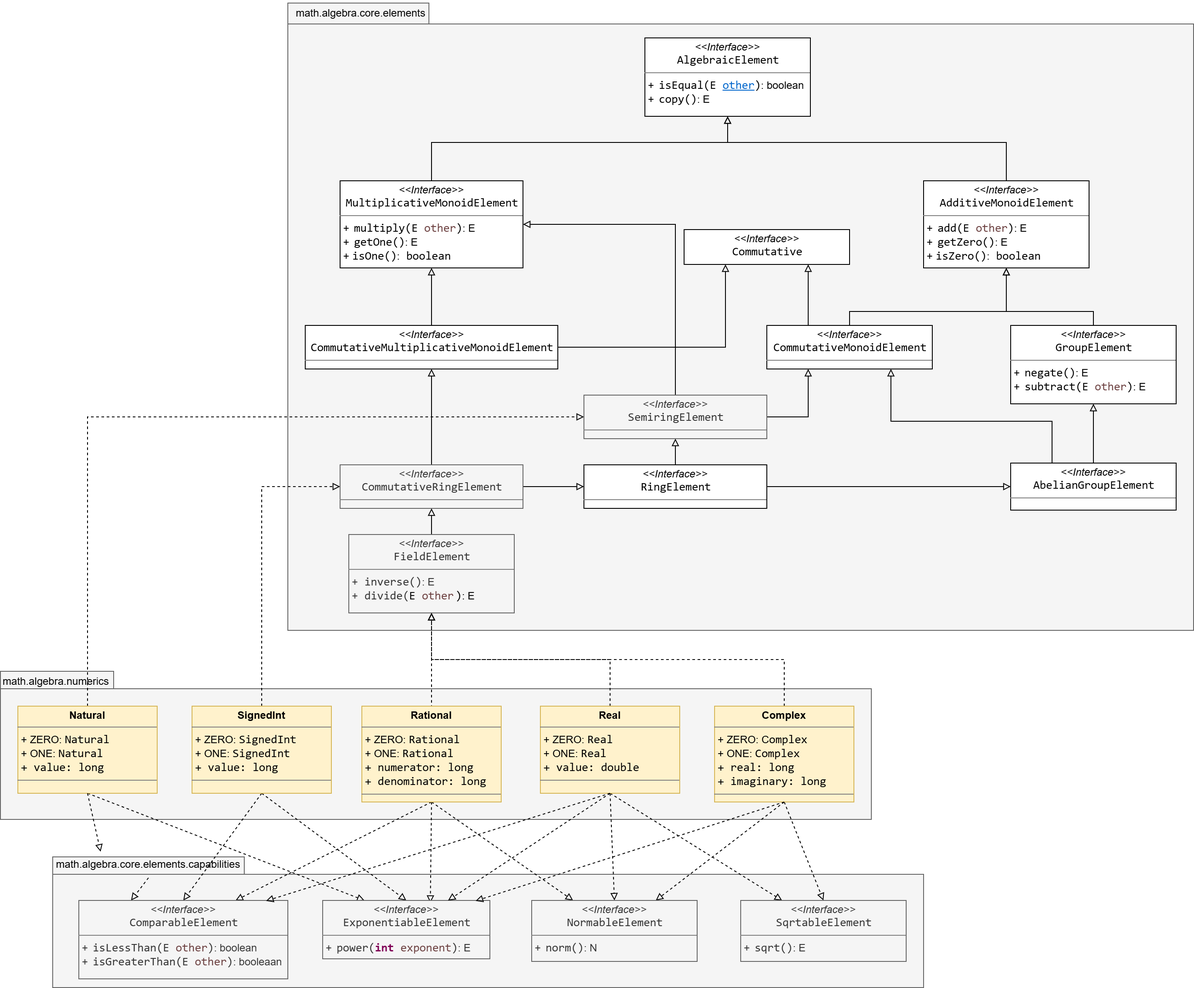
The draw.io diagram resources/SMFN-algebra-elements.drawio.png in gom9000/SMFN, before a commit. Source tidied: cells renumbered, new cells last; positions are measured from the earlier drawing's top-left corner, leaving out a move shared by most shapes.
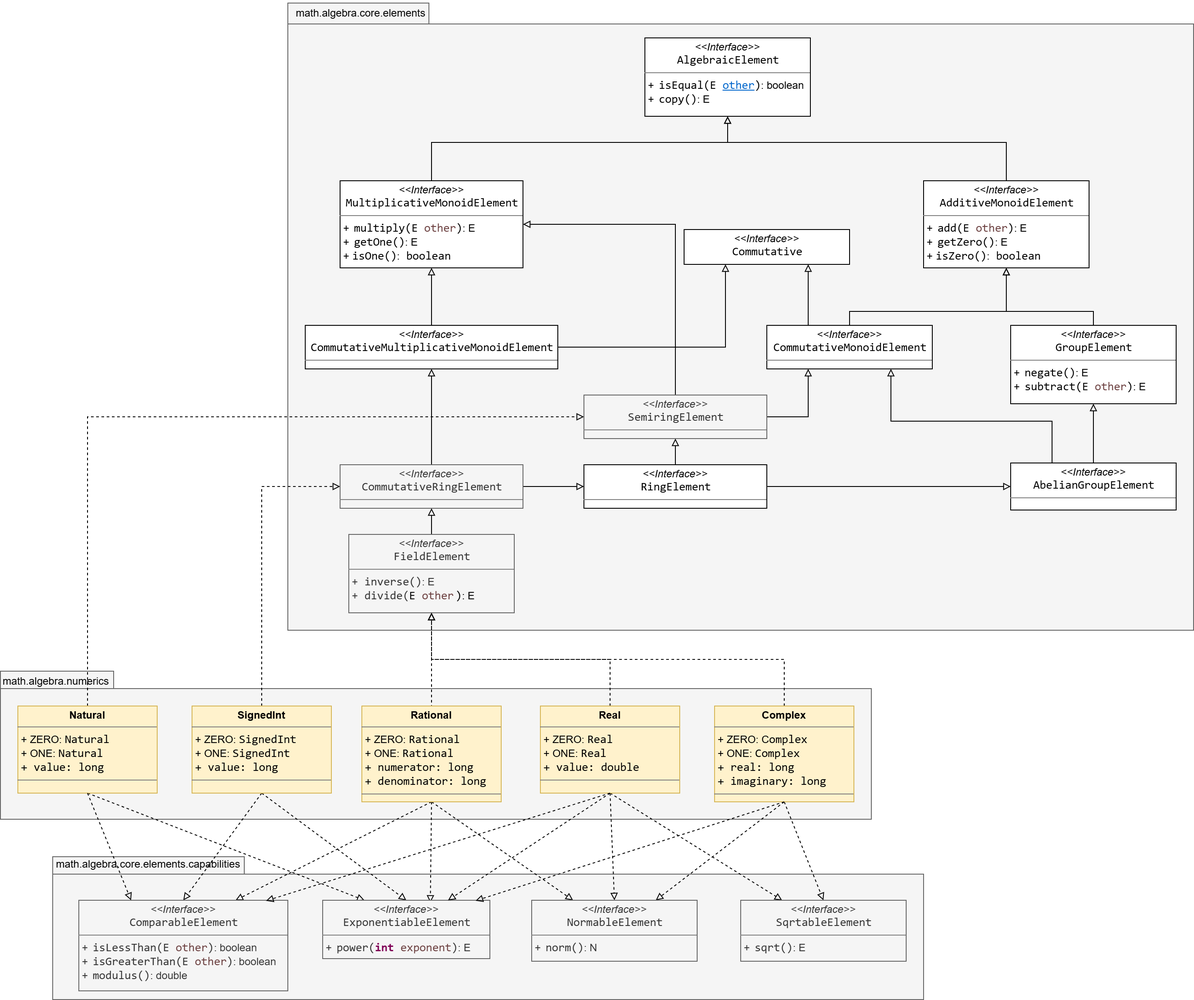
Later version of the same file.

What changed in the source:
```diff
@@ -3,7 +3,7 @@
     <mxCell id="0" />
     <mxCell id="1" parent="0" />
     <mxCell id="2" style="shape=folder;fontStyle=1;spacingTop=10;tabWidth=220;tabHeight=20;tabPosition=left;html=1;whiteSpace=wrap;fillColor=#f5f5f5;fontColor=#333333;strokeColor=#666666;" parent="1" vertex="1">
-      <mxGeometry x="60" y="983" width="1000" height="150" as="geometry" />
+      <mxGeometry x="60" y="983" width="1000" height="164" as="geometry" />
     </mxCell>
     <mxCell id="3" value="package" style="shape=folder;fontStyle=1;spacingTop=10;tabWidth=130;tabHeight=20;tabPosition=left;html=1;whiteSpace=wrap;fillColor=#f5f5f5;strokeColor=#666666;fontColor=#333333;" parent="1" vertex="1">
       <mxGeometry y="770" width="1000" height="170" as="geometry" />
@@ -123,9 +123,6 @@
     <mxCell id="33" style="edgeStyle=orthogonalEdgeStyle;rounded=0;jettySize=auto;html=1;entryX=0;entryY=0.5;entryDx=0;entryDy=0;strokeColor=default;align=center;verticalAlign=middle;fontFamily=Helvetica;fontSize=11;fontColor=default;labelBackgroundColor=none;endArrow=block;endFill=0;dashed=1;exitX=0.5;exitY=0;exitDx=0;exitDy=0;" parent="1" edge="1" source="36" target="24">
       <mxGeometry relative="1" as="geometry" />
     </mxCell>
-    <mxCell id="34" style="rounded=0;jettySize=auto;html=1;exitX=0.5;exitY=1;exitDx=0;exitDy=0;entryX=0.25;entryY=0;entryDx=0;entryDy=0;dashed=1;strokeColor=default;align=center;verticalAlign=middle;fontFamily=Helvetica;fontSize=11;fontColor=default;labelBackgroundColor=none;endArrow=block;endFill=0;" parent="1" edge="1" source="64" target="54">
-      <mxGeometry relative="1" as="geometry" />
-    </mxCell>
     <mxCell id="35" style="rounded=0;jettySize=auto;html=1;exitX=0.5;exitY=1;exitDx=0;exitDy=0;entryX=0.25;entryY=0;entryDx=0;entryDy=0;dashed=1;strokeColor=default;align=center;verticalAlign=middle;fontFamily=Helvetica;fontSize=11;fontColor=default;labelBackgroundColor=none;endArrow=block;endFill=0;" parent="1" edge="1" source="36" target="55">
       <mxGeometry relative="1" as="geometry" />
     </mxCell>
@@ -188,8 +185,8 @@
     <mxCell id="53" value="&lt;p style=&quot;margin:0px;margin-top:4px;text-align:center;&quot;&gt;&lt;b style=&quot;&quot;&gt;Complex&lt;/b&gt;&lt;/p&gt;&lt;hr size=&quot;1&quot; style=&quot;border-style:solid;&quot;&gt;&lt;p style=&quot;margin:0px;margin-left:4px;&quot;&gt;&lt;span style=&quot;&quot;&gt;+ ZERO: C&lt;span style=&quot;font-family: Consolas; font-size: 10pt; white-space: pre; color: light-dark(rgb(0, 0, 0), rgb(255, 255, 255));&quot;&gt;omplex&lt;/span&gt;&lt;/span&gt;&lt;/p&gt;&lt;p style=&quot;margin:0px;margin-left:4px;&quot;&gt;&lt;span style=&quot;&quot;&gt;+ ONE:&amp;nbsp;&lt;span style=&quot;color: light-dark(rgb(0, 0, 0), rgb(255, 255, 255)); font-family: Consolas; font-size: 10pt; white-space: pre;&quot;&gt;Complex&lt;/span&gt;&lt;span style=&quot;font-family: Consolas; font-size: 10pt; white-space: pre; color: light-dark(rgb(0, 0, 0), rgb(255, 255, 255));&quot;&gt;&lt;/span&gt;&lt;/span&gt;&lt;/p&gt;&lt;p style=&quot;margin:0px;margin-left:4px;&quot;&gt;&lt;span style=&quot;color: light-dark(rgb(0, 0, 0), rgb(255, 255, 255)); font-family: Consolas; font-size: 10pt; white-space: pre;&quot;&gt;+ real: long&lt;/span&gt;&lt;/p&gt;&lt;p style=&quot;margin:0px;margin-left:4px;&quot;&gt;&lt;span style=&quot;color: light-dark(rgb(0, 0, 0), rgb(255, 255, 255)); font-family: Consolas; font-size: 10pt; white-space: pre;&quot;&gt;+ imaginary: long&lt;/span&gt;&lt;/p&gt;&lt;hr size=&quot;1&quot; style=&quot;border-style:solid;&quot;&gt;&lt;p style=&quot;margin:0px;margin-left:4px;&quot;&gt;&lt;br&gt;&lt;/p&gt;" style="verticalAlign=top;align=left;overflow=fill;html=1;whiteSpace=wrap;fillColor=#fff2cc;strokeColor=#d6b656;labelBackgroundColor=none;" parent="1" vertex="1">
       <mxGeometry x="820" y="810" width="160" height="110" as="geometry" />
     </mxCell>
-    <mxCell id="54" value="&lt;p style=&quot;margin:0px;margin-top:4px;text-align:center;&quot;&gt;&lt;i&gt;&amp;lt;&amp;lt;Interface&amp;gt;&amp;gt;&lt;/i&gt;&lt;br&gt;&lt;span style=&quot;padding: 0px 0px 0px 2px;&quot;&gt;&lt;span style=&quot;font-family: Consolas; font-size: 10pt; white-space: pre;&quot;&gt;&lt;span style=&quot;&quot;&gt;ComparableElement&lt;/span&gt;&lt;/span&gt;&lt;/span&gt;&lt;/p&gt;&lt;hr size=&quot;1&quot; style=&quot;border-style:solid;&quot;&gt;&lt;p style=&quot;margin:0px;margin-left:4px;&quot;&gt;&lt;/p&gt;&lt;p style=&quot;margin:0px;margin-left:4px;&quot;&gt;+&amp;nbsp;&lt;span style=&quot;padding: 0px 0px 0px 2px;&quot;&gt;&lt;span style=&quot;font-family: Consolas; font-size: 10pt; white-space: pre;&quot;&gt;&lt;span style=&quot;&quot;&gt;isLessThan&lt;/span&gt;(E &lt;span style=&quot;color:#6a3e3e;&quot;&gt;other&lt;/span&gt;)&lt;/span&gt;&lt;/span&gt;: boolean&lt;br&gt;+&amp;nbsp;&lt;span style=&quot;padding: 0px 0px 0px 2px;&quot;&gt;&lt;span style=&quot;font-family: Consolas; font-size: 10pt; white-space: pre;&quot;&gt;&lt;span style=&quot;&quot;&gt;isGreaterThan&lt;/span&gt;(E &lt;span style=&quot;color:#6a3e3e;&quot;&gt;other&lt;/span&gt;)&lt;/span&gt;&lt;/span&gt;: booleaan&lt;/p&gt;" style="verticalAlign=top;align=left;overflow=fill;html=1;whiteSpace=wrap;fillColor=#f5f5f5;fontColor=#333333;strokeColor=#666666;labelBackgroundColor=none;" parent="1" vertex="1">
-      <mxGeometry x="90" y="1033" width="240" height="90" as="geometry" />
+    <mxCell id="54" value="&lt;p style=&quot;margin:0px;margin-top:4px;text-align:center;&quot;&gt;&lt;i&gt;&amp;lt;&amp;lt;Interface&amp;gt;&amp;gt;&lt;/i&gt;&lt;br&gt;&lt;span style=&quot;padding: 0px 0px 0px 2px;&quot;&gt;&lt;span style=&quot;font-family: Consolas; font-size: 10pt; white-space: pre;&quot;&gt;&lt;span style=&quot;&quot;&gt;ComparableElement&lt;/span&gt;&lt;/span&gt;&lt;/span&gt;&lt;/p&gt;&lt;hr size=&quot;1&quot; style=&quot;border-style:solid;&quot;&gt;&lt;p style=&quot;margin:0px;margin-left:4px;&quot;&gt;&lt;/p&gt;&lt;p style=&quot;margin:0px;margin-left:4px;&quot;&gt;+&amp;nbsp;&lt;span style=&quot;padding: 0px 0px 0px 2px;&quot;&gt;&lt;span style=&quot;font-family: Consolas; font-size: 10pt; white-space: pre;&quot;&gt;&lt;span style=&quot;&quot;&gt;isLessThan&lt;/span&gt;(E &lt;span style=&quot;color:#6a3e3e;&quot;&gt;other&lt;/span&gt;)&lt;/span&gt;&lt;/span&gt;: boolean&lt;br&gt;+&amp;nbsp;&lt;span style=&quot;padding: 0px 0px 0px 2px;&quot;&gt;&lt;span style=&quot;font-family: Consolas; font-size: 10pt; white-space: pre;&quot;&gt;&lt;span style=&quot;&quot;&gt;isGreaterThan&lt;/span&gt;(E &lt;span style=&quot;color:#6a3e3e;&quot;&gt;other&lt;/span&gt;)&lt;/span&gt;&lt;/span&gt;: boolean&lt;/p&gt;&lt;p style=&quot;margin:0px;margin-left:4px;&quot;&gt;+&amp;nbsp;&lt;span style=&quot;padding: 0px 0px 0px 2px;&quot;&gt;&lt;span style=&quot;font-family: Consolas; font-size: 10pt; white-space: pre;&quot;&gt;modulus()&lt;/span&gt;&lt;/span&gt;: double&lt;/p&gt;" style="verticalAlign=top;align=left;overflow=fill;html=1;whiteSpace=wrap;fillColor=#f5f5f5;fontColor=#333333;strokeColor=#666666;labelBackgroundColor=none;" parent="1" vertex="1">
+      <mxGeometry x="90" y="1033" width="240" height="104" as="geometry" />
     </mxCell>
     <mxCell id="55" value="&lt;p style=&quot;margin:0px;margin-top:4px;text-align:center;&quot;&gt;&lt;i&gt;&amp;lt;&amp;lt;Interface&amp;gt;&amp;gt;&lt;/i&gt;&lt;br&gt;&lt;span style=&quot;padding: 0px 0px 0px 2px;&quot;&gt;&lt;span style=&quot;font-family: Consolas; font-size: 10pt; white-space: pre;&quot;&gt;&lt;span style=&quot;&quot;&gt;ExponentiableElement&lt;/span&gt;&lt;/span&gt;&lt;/span&gt;&lt;/p&gt;&lt;hr size=&quot;1&quot; style=&quot;border-style:solid;&quot;&gt;&lt;p style=&quot;margin:0px;margin-left:4px;&quot;&gt;&lt;/p&gt;&lt;p style=&quot;margin:0px;margin-left:4px;&quot;&gt;+&amp;nbsp;&lt;span style=&quot;padding: 0px 0px 0px 2px;&quot;&gt;&lt;span style=&quot;font-family: Consolas; font-size: 10pt; white-space: pre;&quot;&gt;&lt;span style=&quot;&quot;&gt;power&lt;/span&gt;(&lt;span style=&quot;color:#7f0055;font-weight:bold;&quot;&gt;int&lt;/span&gt; &lt;span style=&quot;color:#6a3e3e;&quot;&gt;exponent&lt;/span&gt;)&lt;/span&gt;&lt;/span&gt;: E&lt;/p&gt;" style="verticalAlign=top;align=left;overflow=fill;html=1;whiteSpace=wrap;fillColor=#f5f5f5;fontColor=#333333;strokeColor=#666666;labelBackgroundColor=none;" parent="1" vertex="1">
       <mxGeometry x="370" y="1033" width="192" height="67" as="geometry" />
@@ -215,7 +212,7 @@
     <mxCell id="62" value="math.algebra.numerics" style="text;html=1;whiteSpace=wrap;strokeColor=none;fillColor=none;align=center;verticalAlign=middle;rounded=0;" parent="1" vertex="1">
       <mxGeometry x="4" y="767" width="120" height="30" as="geometry" />
     </mxCell>
-    <mxCell id="63" style="rounded=0;jettySize=auto;html=1;exitX=0.5;exitY=1;exitDx=0;exitDy=0;entryX=0.25;entryY=0;entryDx=0;entryDy=0;dashed=1;strokeColor=default;align=center;verticalAlign=middle;fontFamily=Helvetica;fontSize=11;fontColor=default;labelBackgroundColor=none;endArrow=block;endFill=0;" parent="1" edge="1" source="36" target="64">
+    <mxCell id="63" style="rounded=0;jettySize=auto;html=1;exitX=0.5;exitY=1;exitDx=0;exitDy=0;entryX=0.25;entryY=0;entryDx=0;entryDy=0;dashed=1;strokeColor=default;align=center;verticalAlign=middle;fontFamily=Helvetica;fontSize=11;fontColor=default;labelBackgroundColor=none;endArrow=block;endFill=0;" parent="1" edge="1" source="36" target="54">
       <mxGeometry relative="1" as="geometry" />
     </mxCell>
     <mxCell id="64" value="math.algebra.core.elements.capabilities" style="text;html=1;whiteSpace=wrap;strokeColor=none;fillColor=none;align=center;verticalAlign=middle;rounded=0;" parent="1" vertex="1">
```
